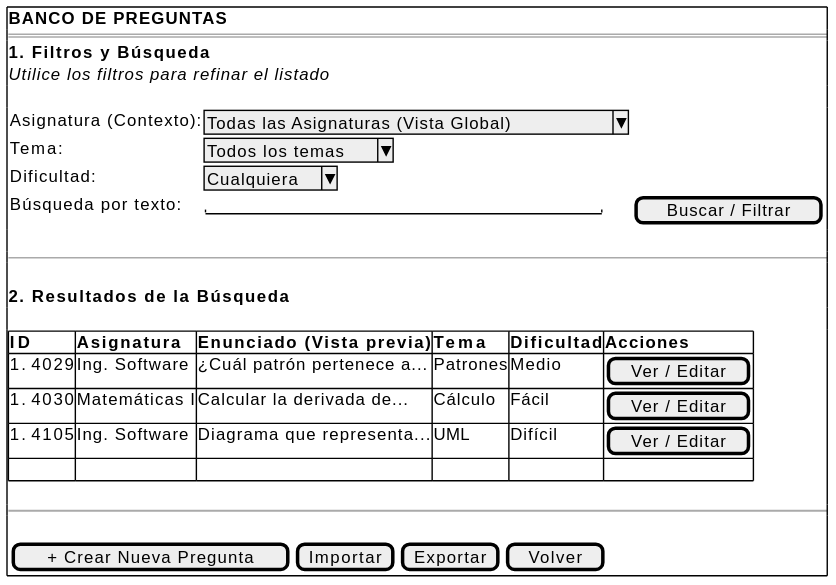
The PlantUML diagram documents/casos-de-uso/prototipadoCasosDeUso/verPreguntas/verPreguntas.svg in martinlopez7/25-26-IdSw1-SdR, before a commit.
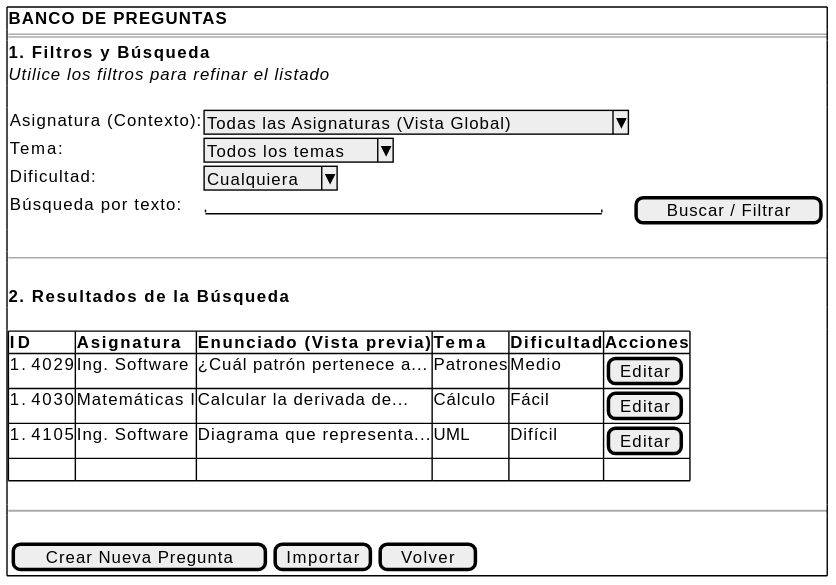
The same file after the commit.

What changed in the source:
```diff
@@ -18,14 +18,14 @@
     .
     {#
         <b>ID</b> | <b>Asignatura</b> | <b>Enunciado (Vista previa)</b> | <b>Tema</b> | <b>Dificultad</b> | <b>Acciones</b>
-        #4029 | Ing. Software | ¿Cuál patrón pertenece a... | Patrones | Medio | [Ver / Editar]
-        #4030 | Matemáticas I | Calcular la derivada de... | Cálculo | Fácil | [Ver / Editar]
-        #4105 | Ing. Software | Diagrama que representa... | UML | Difícil | [Ver / Editar]
+        #4029 | Ing. Software | ¿Cuál patrón pertenece a... | Patrones | Medio | [Editar]
+        #4030 | Matemáticas I | Calcular la derivada de... | Cálculo | Fácil | [Editar]
+        #4105 | Ing. Software | Diagrama que representa... | UML | Difícil | [Editar]
         . | . | . | . | . | .
     }
     .
     ~~
     .
-    { [ + Crear Nueva Pregunta ] | [Importar] | [Exportar] | | [ Volver ] }
+    { [ Crear Nueva Pregunta ] | [Importar] | | [ Volver ] }
 }
 @endsalt
```
